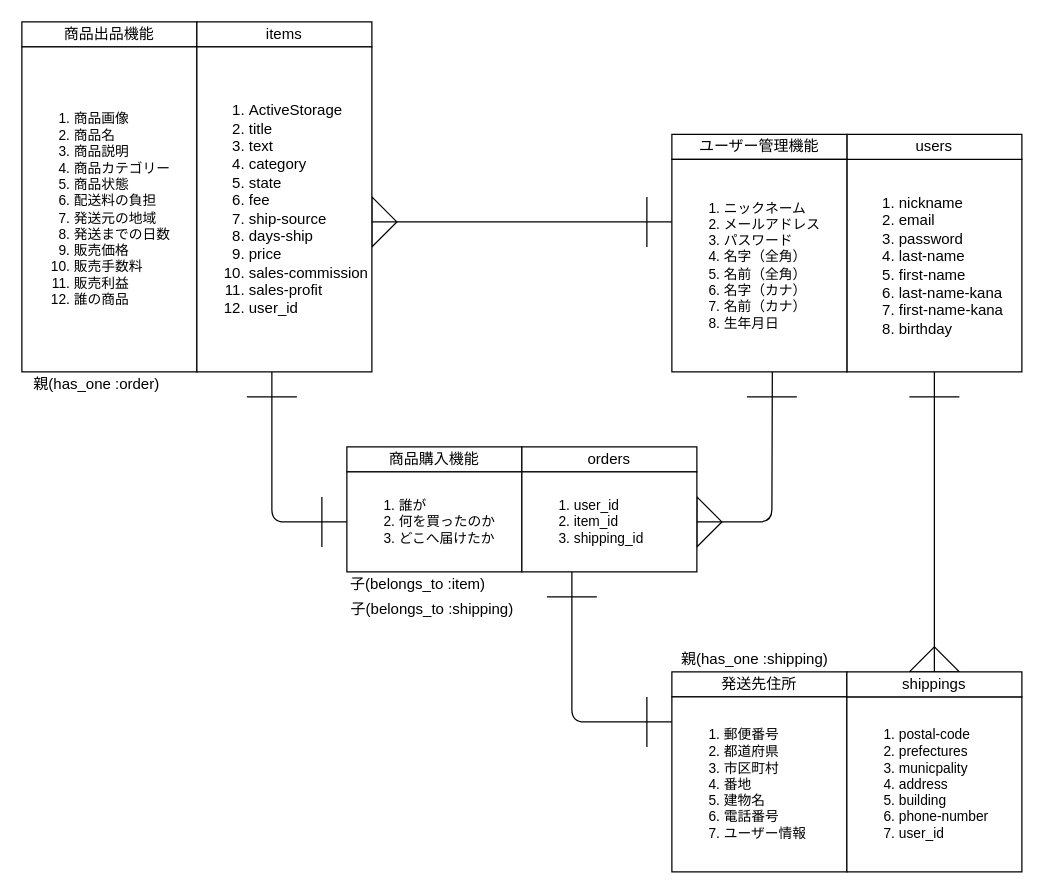
This is furima-32551.dio from t-sasagawa/furima-32551, a draw.io file, before an edit. Source tidied: cells renumbered, new cells numbered last; positions are measured from the earlier drawing's top-left corner, leaving out a move shared by most shapes. Both pictures are drawn from the tidied source at 125%, with x=0, y=0 at pixel (21, 21).
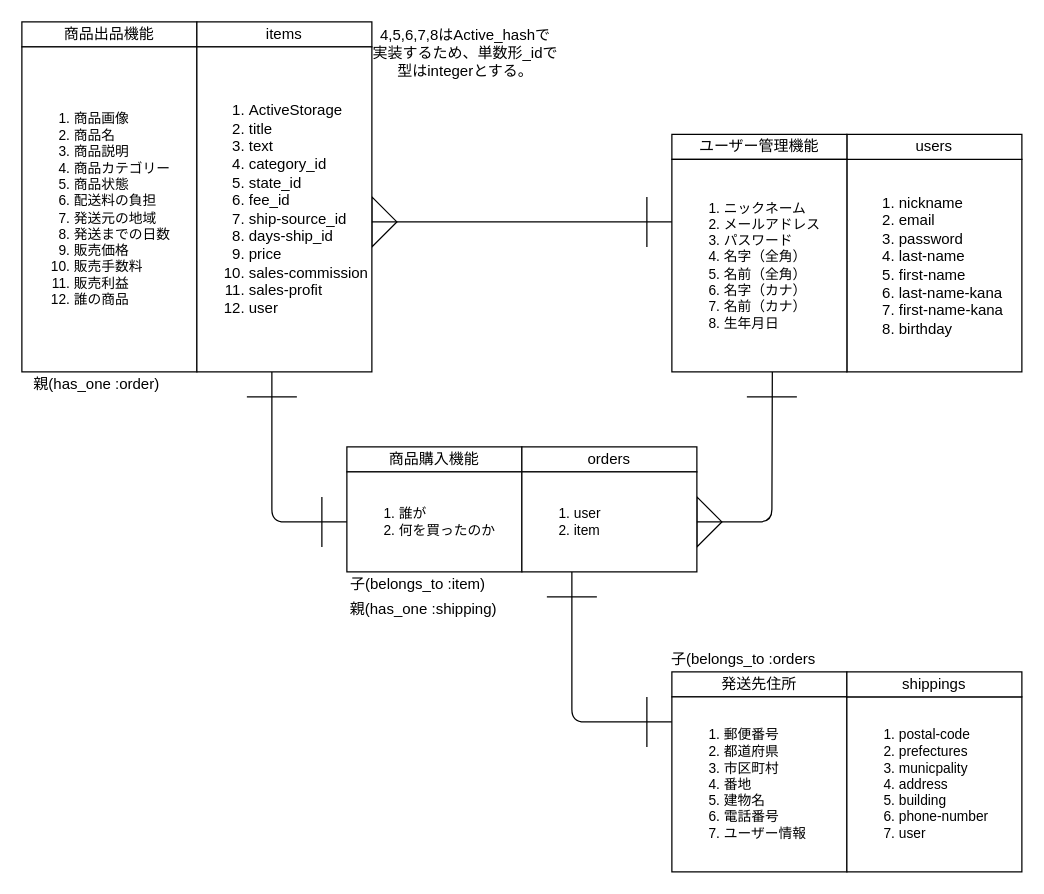
The same page after the edit.

The change refers to these unchanged cells:
```xml
<mxCell id="10" value="&lt;ol&gt;&lt;li&gt;nickname&lt;/li&gt;&lt;li&gt;email&lt;/li&gt;&lt;li&gt;password&lt;/li&gt;&lt;li&gt;last-name&lt;/li&gt;&lt;li&gt;first-name&lt;/li&gt;&lt;li&gt;last-name-kana&lt;/li&gt;&lt;li&gt;first-name-kana&lt;/li&gt;&lt;li&gt;birthday&lt;/li&gt;&lt;/ol&gt;" style="rounded=0;whiteSpace=wrap;html=1;align=left;" parent="1" vertex="1">
  <mxGeometry x="660" y="110" width="140" height="170" as="geometry" />
</mxCell>
<mxCell id="17" value="shippings" style="rounded=0;whiteSpace=wrap;html=1;" parent="1" vertex="1">
  <mxGeometry x="660" y="520" width="140" height="20" as="geometry" />
</mxCell>
```

The edit, as a diff of the source:
```diff
@@
-    <mxCell id="2" style="triangle;whiteSpace=wrap;html=1;direction=south;rotation=-180;" parent="1" vertex="1">
-      <mxGeometry x="710" y="500" width="40" height="20" as="geometry" />
-    </mxCell>
@@
-    <mxCell id="9" value="&lt;ol&gt;&lt;li&gt;ActiveStorage&lt;/li&gt;&lt;li&gt;title&lt;/li&gt;&lt;li&gt;text&lt;/li&gt;&lt;li&gt;category&lt;/li&gt;&lt;li&gt;state&lt;/li&gt;&lt;li&gt;fee&lt;/li&gt;&lt;li&gt;ship-source&lt;/li&gt;&lt;li&gt;days-ship&lt;/li&gt;&lt;li&gt;price&lt;/li&gt;&lt;li&gt;sales-commission&lt;/li&gt;&lt;li&gt;sales-profit&lt;/li&gt;&lt;li&gt;user_id&lt;/li&gt;&lt;/ol&gt;" style="rounded=0;whiteSpace=wrap;html=1;align=left;" parent="1" vertex="1">
+    <mxCell id="9" value="&lt;ol&gt;&lt;li&gt;ActiveStorage&lt;/li&gt;&lt;li&gt;title&lt;/li&gt;&lt;li&gt;text&lt;/li&gt;&lt;li&gt;category_id&lt;/li&gt;&lt;li&gt;state_id&lt;/li&gt;&lt;li&gt;fee_id&lt;/li&gt;&lt;li&gt;ship-source_id&lt;/li&gt;&lt;li&gt;days-ship_id&lt;/li&gt;&lt;li&gt;price&lt;/li&gt;&lt;li&gt;sales-commission&lt;/li&gt;&lt;li&gt;sales-profit&lt;/li&gt;&lt;li&gt;user&lt;/li&gt;&lt;/ol&gt;" style="rounded=0;whiteSpace=wrap;html=1;align=left;" parent="1" vertex="1">
       <mxGeometry x="140" y="20" width="140" height="260" as="geometry" />
     </mxCell>
@@
-    <mxCell id="16" value="&lt;ol style=&quot;font-size: 11px&quot;&gt;&lt;li&gt;postal-code&lt;/li&gt;&lt;li&gt;prefectures&lt;/li&gt;&lt;li&gt;municpality&lt;/li&gt;&lt;li&gt;address&lt;/li&gt;&lt;li&gt;building&lt;/li&gt;&lt;li&gt;phone-number&lt;/li&gt;&lt;li&gt;user_id&lt;/li&gt;&lt;/ol&gt;" style="rounded=0;whiteSpace=wrap;html=1;align=left;" parent="1" vertex="1">
+    <mxCell id="16" value="&lt;ol style=&quot;font-size: 11px&quot;&gt;&lt;li&gt;postal-code&lt;/li&gt;&lt;li&gt;prefectures&lt;/li&gt;&lt;li&gt;municpality&lt;/li&gt;&lt;li&gt;address&lt;/li&gt;&lt;li&gt;building&lt;/li&gt;&lt;li&gt;phone-number&lt;/li&gt;&lt;li&gt;user&lt;/li&gt;&lt;/ol&gt;" style="rounded=0;whiteSpace=wrap;html=1;align=left;" parent="1" vertex="1">
       <mxGeometry x="660" y="540" width="140" height="140" as="geometry" />
     </mxCell>
@@
-    <mxCell id="20" value="&lt;ol style=&quot;font-size: 11px&quot;&gt;&lt;li&gt;誰が&lt;/li&gt;&lt;li&gt;何を買ったのか&lt;/li&gt;&lt;li&gt;どこへ届けたか&lt;/li&gt;&lt;/ol&gt;" style="rounded=0;whiteSpace=wrap;html=1;align=left;" parent="1" vertex="1">
+    <mxCell id="20" value="&lt;ol style=&quot;font-size: 11px&quot;&gt;&lt;li&gt;誰が&lt;/li&gt;&lt;li&gt;何を買ったのか&lt;/li&gt;&lt;/ol&gt;" style="rounded=0;whiteSpace=wrap;html=1;align=left;" parent="1" vertex="1">
       <mxGeometry x="260" y="360" width="140" height="80" as="geometry" />
     </mxCell>
-    <mxCell id="21" value="&lt;ol style=&quot;font-size: 11px&quot;&gt;&lt;li&gt;user_id&lt;/li&gt;&lt;li&gt;item_id&lt;/li&gt;&lt;li&gt;shipping_id&lt;/li&gt;&lt;/ol&gt;" style="rounded=0;whiteSpace=wrap;html=1;align=left;" parent="1" vertex="1">
+    <mxCell id="21" value="&lt;ol style=&quot;font-size: 11px&quot;&gt;&lt;li&gt;user&lt;/li&gt;&lt;li&gt;item&lt;/li&gt;&lt;/ol&gt;" style="rounded=0;whiteSpace=wrap;html=1;align=left;" parent="1" vertex="1">
       <mxGeometry x="400" y="360" width="140" height="80" as="geometry" />
     </mxCell>
@@
-    <mxCell id="28" style="endArrow=none;html=1;entryX=0.5;entryY=1;entryDx=0;entryDy=0;exitX=0.5;exitY=0;exitDx=0;exitDy=0;" parent="1" edge="1" source="17" target="10">
-      <mxGeometry relative="1" as="geometry" />
-    </mxCell>
-    <mxCell id="29" style="endArrow=none;html=1;" parent="1" edge="1">
-      <mxGeometry relative="1" as="geometry">
-        <mxPoint x="710" y="300" as="sourcePoint" />
-        <mxPoint x="750" y="300" as="targetPoint" />
-      </mxGeometry>
-    </mxCell>
@@
-    <mxCell id="36" value="子(belongs_to :shipping)" style="text;html=1;strokeColor=none;fillColor=none;align=center;verticalAlign=middle;whiteSpace=wrap;rounded=0;" parent="1" vertex="1">
-      <mxGeometry x="262" y="460" width="133" height="20" as="geometry" />
+    <mxCell id="36" value="子(belongs_to :orders" style="text;html=1;strokeColor=none;fillColor=none;align=center;verticalAlign=middle;whiteSpace=wrap;rounded=0;" parent="1" vertex="1">
+      <mxGeometry x="511" y="500" width="133" height="20" as="geometry" />
     </mxCell>
     <mxCell id="37" value="親(has_one :shipping)" style="text;html=1;strokeColor=none;fillColor=none;align=center;verticalAlign=middle;whiteSpace=wrap;rounded=0;" parent="1" vertex="1">
-      <mxGeometry x="520" y="500" width="133" height="20" as="geometry" />
+      <mxGeometry x="255" y="460" width="133" height="20" as="geometry" />
     </mxCell>
+    <mxCell id="38" value="4,5,6,7,8はActive_hashで&lt;br&gt;実装するため、単数形_idで&lt;br&gt;型はintegerとする。" style="text;html=1;strokeColor=none;fillColor=none;align=center;verticalAlign=middle;whiteSpace=wrap;rounded=0;" parent="1" vertex="1">
+      <mxGeometry x="280" width="150" height="50" as="geometry" />
+    </mxCell>
```
